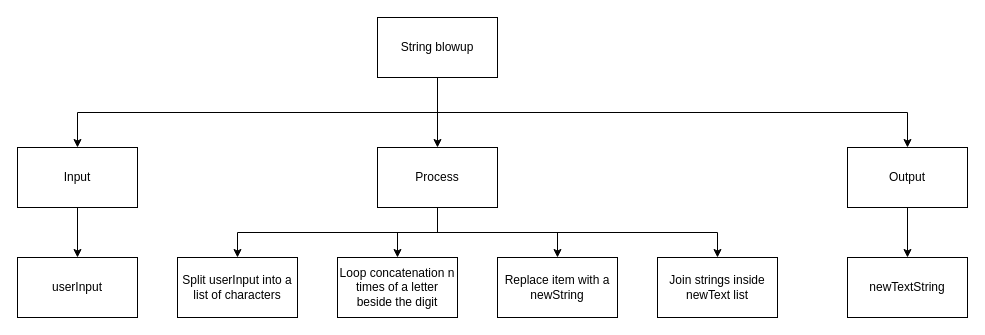
Above: topdown_chart.drawio in Seti-Ngabo/ics4u-assignment-02-typescript (draw.io), before the change. Source tidied: cells renumbered, new cells numbered last; positions are measured from the earlier drawing's top-left corner, leaving out a move shared by most shapes. Both pictures are drawn from the tidied source at 100%, with x=0, y=0 at pixel (17, 17).
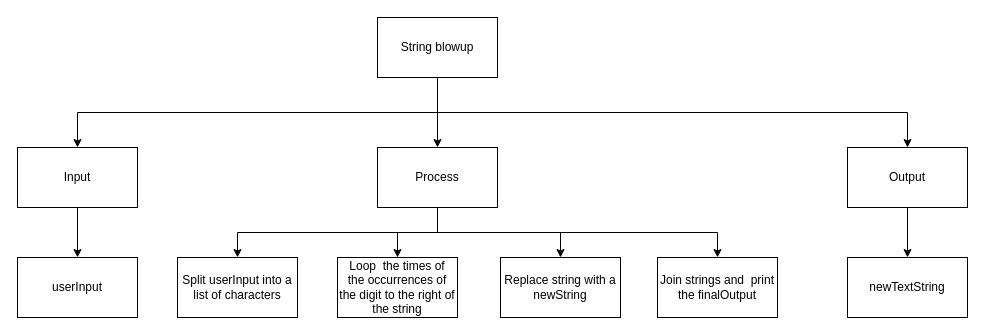
Above is the later version.

Change to the diagram source:
```diff
@@
-    <mxCell id="17" value="Loop concatenation n times of a letter beside the digit" style="rounded=0;whiteSpace=wrap;html=1;" parent="1" vertex="1">
+    <mxCell id="17" value="Loop&amp;nbsp; the times of the&amp;nbsp;&lt;span id=&quot;docs-internal-guid-b15dee8e-7fff-549d-9cad-097204f311ef&quot;&gt;&lt;span style=&quot;font-family: &amp;#34;cabin&amp;#34; , sans-serif ; background-color: transparent ; vertical-align: baseline&quot;&gt;&lt;font style=&quot;font-size: 12px&quot;&gt;occurrences of the digit to the right of the string&lt;/font&gt;&lt;/span&gt;&lt;/span&gt;" style="rounded=0;whiteSpace=wrap;html=1;" parent="1" vertex="1">
       <mxGeometry x="320" y="240" width="120" height="60" as="geometry" />
     </mxCell>
-    <mxCell id="18" value="Replace item with a newString" style="rounded=0;whiteSpace=wrap;html=1;" parent="1" vertex="1">
-      <mxGeometry x="480" y="240" width="120" height="60" as="geometry" />
+    <mxCell id="18" value="Replace string with a newString" style="rounded=0;whiteSpace=wrap;html=1;" parent="1" vertex="1">
+      <mxGeometry x="483" y="240" width="120" height="60" as="geometry" />
     </mxCell>
-    <mxCell id="19" value="Join strings inside newText list" style="rounded=0;whiteSpace=wrap;html=1;" parent="1" vertex="1">
+    <mxCell id="19" value="Join strings and&amp;nbsp; print the finalOutput" style="rounded=0;whiteSpace=wrap;html=1;" parent="1" vertex="1">
       <mxGeometry x="640" y="240" width="120" height="60" as="geometry" />
     </mxCell>
```
